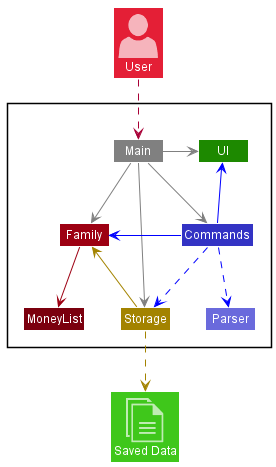
This is docs/images/ArchitectureDiagram.png from nus-cs2113-AY2122S2/tp, a PlantUML export, as it was before one commit.
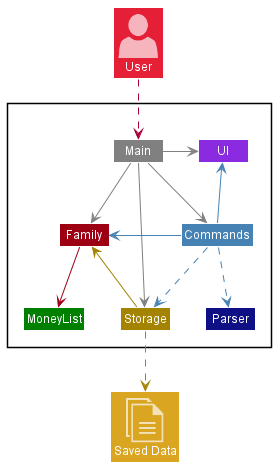
The same file after the commit.

What changed in the source:
```diff
@@ -6,26 +6,26 @@
 
 Package " "<<Rectangle>>{
     Class UI UI_COLOR
-    Class Commands LOGIC_COLOR
+    Class Commands COMMAND_COLOR
     Class Storage STORAGE_COLOR
     Class Family MODEL_COLOR
-    Class MoneyList MODEL_COLOR_T3
+    Class MoneyList MONEY_COLOR
     Class Main #grey
-    Class Parser LOGIC_COLOR_T2
+    Class Parser LOGIC_COLOR
 }
 
 Class "<$user>\nUser" as User MODEL_COLOR_T2
-Class "<$documents>\nSaved Data" as File UI_COLOR_T2
+Class "<$documents>\nSaved Data" as File STORAGE_COLOR_T3
 
 Main -right[#grey]->UI
 Main -down[#grey]->Family
 Main -right[#grey]->Commands
 Main -down[#grey]->Storage
 
-Commands -up[#blue]->UI
-Commands -left[#blue]->Family
-Commands -down[#blue].>Storage
-Commands -down[#blue].>Parser
+Commands -up[COMMAND_COLOR]->UI
+Commands -left[COMMAND_COLOR]->Family
+Commands -down[COMMAND_COLOR].>Storage
+Commands -down[COMMAND_COLOR].>Parser
 
 Family -down[MODEL_COLOR]->MoneyList
 
```
